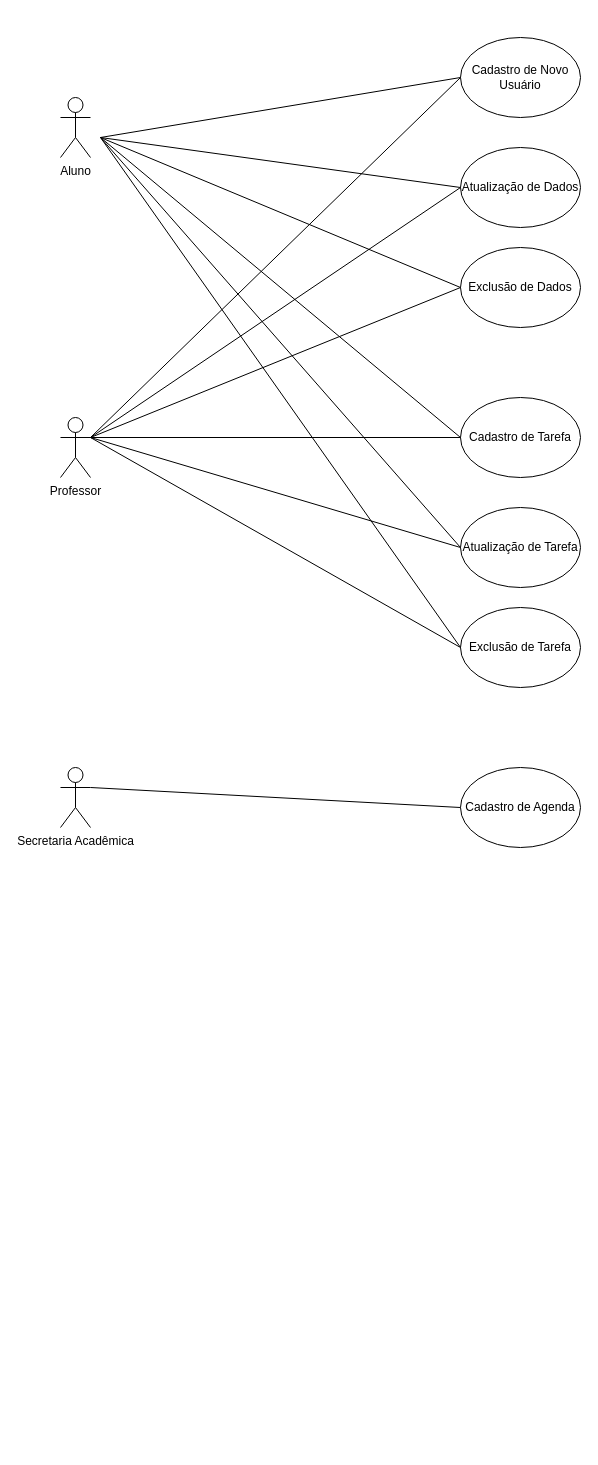
Before: QualASala.drawio in Reimyel/Diagramas, a draw.io diagram. Source tidied: cells renumbered, new cells numbered last; positions are measured from the earlier drawing's top-left corner, leaving out a move shared by most shapes. Both pictures are drawn from the tidied source at 100%, with x=0, y=0 at pixel (60, 37).
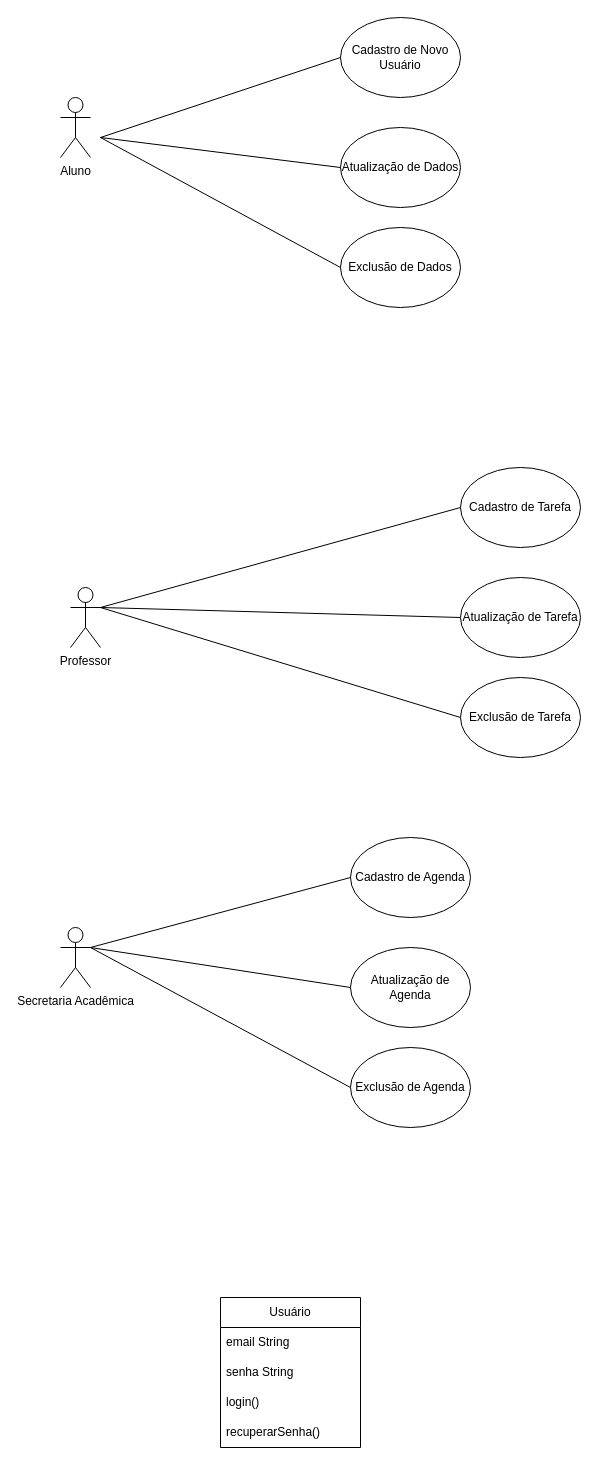
After the change.

What changed in the source:
```diff
@@
     <mxCell id="3" value="Professor" style="shape=umlActor;verticalLabelPosition=bottom;verticalAlign=top;html=1;outlineConnect=0;" parent="1" vertex="1">
-      <mxGeometry y="380" width="30" height="60" as="geometry" />
+      <mxGeometry x="10" y="550" width="30" height="60" as="geometry" />
     </mxCell>
     <mxCell id="4" value="Secretaria Acadêmica" style="shape=umlActor;verticalLabelPosition=bottom;verticalAlign=top;html=1;outlineConnect=0;" parent="1" vertex="1">
-      <mxGeometry y="730" width="30" height="60" as="geometry" />
+      <mxGeometry y="890" width="30" height="60" as="geometry" />
     </mxCell>
     <mxCell id="5" value="Cadastro de Novo Usuário" style="ellipse;whiteSpace=wrap;html=1;" parent="1" vertex="1">
-      <mxGeometry x="400" width="120" height="80" as="geometry" />
+      <mxGeometry x="280" y="-20" width="120" height="80" as="geometry" />
     </mxCell>
     <mxCell id="6" value="Atualização de Dados" style="ellipse;whiteSpace=wrap;html=1;" parent="1" vertex="1">
-      <mxGeometry x="400" y="110" width="120" height="80" as="geometry" />
+      <mxGeometry x="280" y="90" width="120" height="80" as="geometry" />
     </mxCell>
     <mxCell id="7" value="Exclusão de Dados" style="ellipse;whiteSpace=wrap;html=1;" parent="1" vertex="1">
-      <mxGeometry x="400" y="210" width="120" height="80" as="geometry" />
+      <mxGeometry x="280" y="190" width="120" height="80" as="geometry" />
     </mxCell>
     <mxCell id="8" value="Cadastro de Tarefa" style="ellipse;whiteSpace=wrap;html=1;" parent="1" vertex="1">
-      <mxGeometry x="400" y="360" width="120" height="80" as="geometry" />
+      <mxGeometry x="400" y="430" width="120" height="80" as="geometry" />
     </mxCell>
     <mxCell id="9" value="Atualização de Tarefa" style="ellipse;whiteSpace=wrap;html=1;" parent="1" vertex="1">
-      <mxGeometry x="400" y="470" width="120" height="80" as="geometry" />
+      <mxGeometry x="400" y="540" width="120" height="80" as="geometry" />
     </mxCell>
     <mxCell id="10" value="Exclusão de Tarefa" style="ellipse;whiteSpace=wrap;html=1;" parent="1" vertex="1">
-      <mxGeometry x="400" y="570" width="120" height="80" as="geometry" />
+      <mxGeometry x="400" y="640" width="120" height="80" as="geometry" />
     </mxCell>
@@
-    <mxCell id="14" style="endArrow=none;html=1;rounded=0;exitX=0;exitY=0.5;exitDx=0;exitDy=0;" parent="1" edge="1" source="8">
-      <mxGeometry relative="1" as="geometry">
-        <mxPoint x="40" y="100" as="targetPoint" />
-      </mxGeometry>
-    </mxCell>
-    <mxCell id="15" style="endArrow=none;html=1;rounded=0;exitX=0;exitY=0.5;exitDx=0;exitDy=0;" parent="1" edge="1" source="9">
-      <mxGeometry relative="1" as="geometry">
-        <mxPoint x="40" y="100" as="targetPoint" />
-      </mxGeometry>
-    </mxCell>
-    <mxCell id="16" style="endArrow=none;html=1;rounded=0;exitX=0;exitY=0.5;exitDx=0;exitDy=0;" parent="1" edge="1" source="10">
-      <mxGeometry relative="1" as="geometry">
-        <mxPoint x="40" y="100" as="targetPoint" />
-      </mxGeometry>
-    </mxCell>
-    <mxCell id="17" style="endArrow=none;html=1;rounded=0;exitX=0;exitY=0.5;exitDx=0;exitDy=0;entryX=1;entryY=0.3333333333333333;entryDx=0;entryDy=0;entryPerimeter=0;" parent="1" edge="1" source="5" target="3">
-      <mxGeometry relative="1" as="geometry" />
-    </mxCell>
-    <mxCell id="18" style="endArrow=none;html=1;rounded=0;entryX=1;entryY=0.3333333333333333;entryDx=0;entryDy=0;entryPerimeter=0;exitX=0;exitY=0.5;exitDx=0;exitDy=0;" parent="1" edge="1" source="6" target="3">
-      <mxGeometry relative="1" as="geometry" />
-    </mxCell>
-    <mxCell id="19" style="endArrow=none;html=1;rounded=0;entryX=1;entryY=0.3333333333333333;entryDx=0;entryDy=0;entryPerimeter=0;exitX=0;exitY=0.5;exitDx=0;exitDy=0;" parent="1" edge="1" source="7" target="3">
-      <mxGeometry relative="1" as="geometry" />
-    </mxCell>
-    <mxCell id="20" style="endArrow=none;html=1;rounded=0;exitX=0;exitY=0.5;exitDx=0;exitDy=0;" parent="1" edge="1" source="8">
-      <mxGeometry relative="1" as="geometry">
-        <mxPoint x="30" y="400" as="targetPoint" />
-      </mxGeometry>
-    </mxCell>
-    <mxCell id="21" style="endArrow=none;html=1;rounded=0;exitX=0;exitY=0.5;exitDx=0;exitDy=0;" parent="1" edge="1" source="9">
-      <mxGeometry relative="1" as="geometry">
-        <mxPoint x="30" y="400" as="targetPoint" />
-      </mxGeometry>
-    </mxCell>
-    <mxCell id="22" style="endArrow=none;html=1;rounded=0;exitX=0;exitY=0.5;exitDx=0;exitDy=0;" parent="1" edge="1" source="10">
-      <mxGeometry relative="1" as="geometry">
-        <mxPoint x="30" y="400" as="targetPoint" />
-      </mxGeometry>
-    </mxCell>
+    <mxCell id="25" style="endArrow=none;html=1;rounded=0;exitX=1;exitY=0.3333333333333333;exitDx=0;exitDy=0;exitPerimeter=0;entryX=0;entryY=0.5;entryDx=0;entryDy=0;" parent="1" edge="1" source="3" target="8">
+      <mxGeometry relative="1" as="geometry" />
+    </mxCell>
+    <mxCell id="26" style="endArrow=none;html=1;rounded=0;exitX=1;exitY=0.3333333333333333;exitDx=0;exitDy=0;exitPerimeter=0;entryX=0;entryY=0.5;entryDx=0;entryDy=0;" parent="1" edge="1" source="3" target="9">
+      <mxGeometry relative="1" as="geometry" />
+    </mxCell>
+    <mxCell id="27" style="endArrow=none;html=1;rounded=0;exitX=1;exitY=0.3333333333333333;exitDx=0;exitDy=0;exitPerimeter=0;entryX=0;entryY=0.5;entryDx=0;entryDy=0;" parent="1" edge="1" source="3" target="10">
+      <mxGeometry relative="1" as="geometry" />
+    </mxCell>
     <mxCell id="23" value="Cadastro de Agenda" style="ellipse;whiteSpace=wrap;html=1;" parent="1" vertex="1">
-      <mxGeometry x="400" y="730" width="120" height="80" as="geometry" />
+      <mxGeometry x="290" y="800" width="120" height="80" as="geometry" />
     </mxCell>
+    <mxCell id="28" value="Atualização de Agenda" style="ellipse;whiteSpace=wrap;html=1;" parent="1" vertex="1">
+      <mxGeometry x="290" y="910" width="120" height="80" as="geometry" />
+    </mxCell>
+    <mxCell id="29" value="Exclusão de Agenda" style="ellipse;whiteSpace=wrap;html=1;" parent="1" vertex="1">
+      <mxGeometry x="290" y="1010" width="120" height="80" as="geometry" />
+    </mxCell>
-    <mxCell id="24" style="endArrow=none;html=1;rounded=0;entryX=0;entryY=0.5;entryDx=0;entryDy=0;exitX=1;exitY=0.3333333333333333;exitDx=0;exitDy=0;exitPerimeter=0;" parent="1" edge="1" source="4" target="23">
+    <mxCell id="24" style="endArrow=none;html=1;rounded=0;exitX=1;exitY=0.3333333333333333;exitDx=0;exitDy=0;exitPerimeter=0;entryX=0;entryY=0.5;entryDx=0;entryDy=0;" parent="1" edge="1" source="4" target="23">
       <mxGeometry relative="1" as="geometry" />
     </mxCell>
+    <mxCell id="30" style="endArrow=none;html=1;rounded=0;exitX=1;exitY=0.3333333333333333;exitDx=0;exitDy=0;exitPerimeter=0;entryX=0;entryY=0.5;entryDx=0;entryDy=0;" parent="1" edge="1" source="4" target="28">
+      <mxGeometry relative="1" as="geometry" />
+    </mxCell>
+    <mxCell id="31" style="endArrow=none;html=1;rounded=0;exitX=1;exitY=0.3333333333333333;exitDx=0;exitDy=0;exitPerimeter=0;entryX=0;entryY=0.5;entryDx=0;entryDy=0;" parent="1" edge="1" source="4" target="29">
+      <mxGeometry relative="1" as="geometry" />
+    </mxCell>
+    <mxCell id="32" value="Usuário" style="swimlane;fontStyle=0;horizontal=1;startSize=30;whiteSpace=wrap;html=1;" parent="1" vertex="1">
+      <mxGeometry x="160" y="1260" width="140" height="150" as="geometry" />
+    </mxCell>
+    <mxCell id="33" value="email String" style="text;strokeColor=none;fillColor=none;align=left;verticalAlign=middle;spacingLeft=4;spacingRight=4;overflow=hidden;whiteSpace=wrap;html=1;" parent="32" vertex="1">
+      <mxGeometry y="30" width="140" height="30" as="geometry" />
+    </mxCell>
+    <mxCell id="34" value="senha String" style="text;strokeColor=none;fillColor=none;align=left;verticalAlign=middle;spacingLeft=4;spacingRight=4;overflow=hidden;whiteSpace=wrap;html=1;" parent="32" vertex="1">
+      <mxGeometry y="60" width="140" height="30" as="geometry" />
+    </mxCell>
+    <mxCell id="35" value="login()" style="text;strokeColor=none;fillColor=none;align=left;verticalAlign=middle;spacingLeft=4;spacingRight=4;overflow=hidden;whiteSpace=wrap;html=1;" parent="32" vertex="1">
+      <mxGeometry y="90" width="140" height="30" as="geometry" />
+    </mxCell>
+    <mxCell id="36" value="recuperarSenha()" style="text;strokeColor=none;fillColor=none;align=left;verticalAlign=middle;spacingLeft=4;spacingRight=4;overflow=hidden;whiteSpace=wrap;html=1;" parent="32" vertex="1">
+      <mxGeometry y="120" width="140" height="30" as="geometry" />
+    </mxCell>
```
